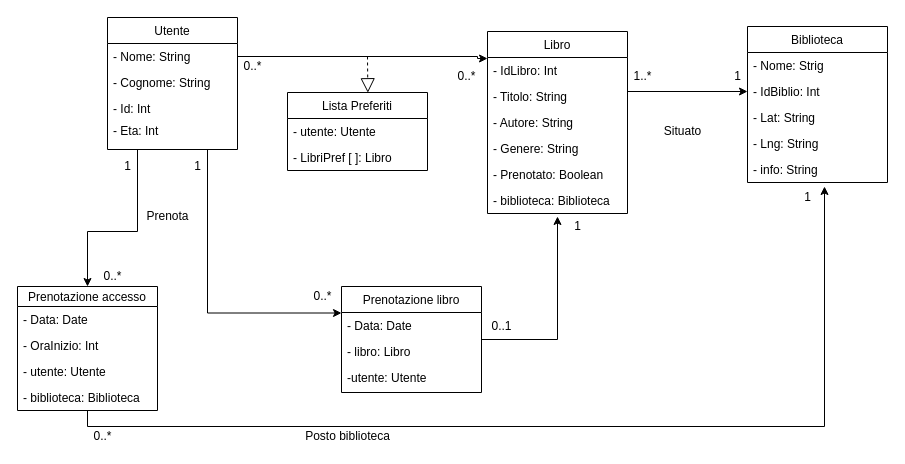
This is draw/BiblioAQ_data_model.drawio from AndreaDiTommaso/BiblioAQ, a draw.io file, before an edit. Source tidied: cells renumbered, new cells numbered last; positions are measured from the earlier drawing's top-left corner, leaving out a move shared by most shapes. Both pictures are drawn from the tidied source at 100%, with x=0, y=0 at pixel (17, 17).
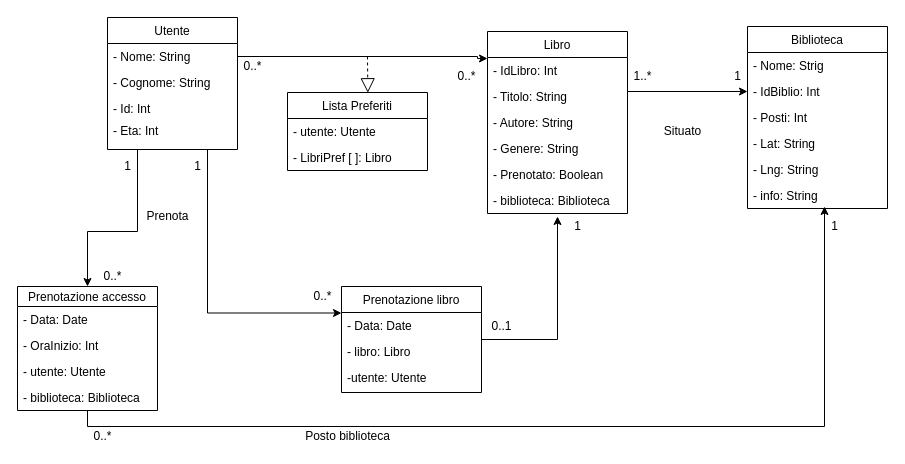
The same diagram, later.

Unchanged cells that the change refers to:
```xml
<mxCell id="24" value="Prenotazione accesso" style="swimlane;fontStyle=0;horizontal=1;startSize=20;fillColor=none;" parent="1" vertex="1">
  <mxGeometry y="269" width="140" height="124" as="geometry" />
</mxCell>
```

Change to the diagram source:
```diff
@@
     <mxCell id="17" value="Biblioteca" style="swimlane;fontStyle=0;horizontal=1;startSize=26;fillColor=none;" parent="1" vertex="1">
-      <mxGeometry x="730" y="9" width="140" height="156" as="geometry" />
+      <mxGeometry x="730" y="9" width="140" height="182" as="geometry" />
     </mxCell>
@@
+    <mxCell id="54" value="- Posti: Int" style="text;strokeColor=none;fillColor=none;align=left;verticalAlign=top;spacingLeft=4;spacingRight=4;overflow=hidden;" parent="17" vertex="1">
+      <mxGeometry y="78" width="140" height="26" as="geometry" />
+    </mxCell>
     <mxCell id="20" value="- Lat: String" style="text;strokeColor=none;fillColor=none;align=left;verticalAlign=top;spacingLeft=4;spacingRight=4;overflow=hidden;" parent="17" vertex="1">
-      <mxGeometry y="78" width="140" height="26" as="geometry" />
+      <mxGeometry y="104" width="140" height="26" as="geometry" />
     </mxCell>
     <mxCell id="21" value="- Lng: String" style="text;strokeColor=none;fillColor=none;align=left;verticalAlign=top;spacingLeft=4;spacingRight=4;overflow=hidden;" parent="17" vertex="1">
-      <mxGeometry y="104" width="140" height="26" as="geometry" />
+      <mxGeometry y="130" width="140" height="26" as="geometry" />
     </mxCell>
     <mxCell id="22" value="- info: String" style="text;strokeColor=none;fillColor=none;align=left;verticalAlign=top;spacingLeft=4;spacingRight=4;overflow=hidden;" parent="17" vertex="1">
-      <mxGeometry y="130" width="140" height="26" as="geometry" />
+      <mxGeometry y="156" width="140" height="26" as="geometry" />
     </mxCell>
     <mxCell id="23" style="edgeStyle=orthogonalEdgeStyle;rounded=0;jettySize=auto;html=1;" parent="1" edge="1" source="24">
       <mxGeometry relative="1" as="geometry">
-        <mxPoint x="807" y="169" as="targetPoint" />
+        <mxPoint x="807" y="189" as="targetPoint" />
         <Array as="points">
           <mxPoint x="70" y="409" />
           <mxPoint x="807" y="409" />
         </Array>
       </mxGeometry>
     </mxCell>
@@
     <mxCell id="41" value="1" style="text;html=1;align=center;verticalAlign=middle;" parent="1" vertex="1">
-      <mxGeometry x="780" y="170" width="20" height="20" as="geometry" />
+      <mxGeometry x="807" y="199" width="20" height="20" as="geometry" />
     </mxCell>
```
